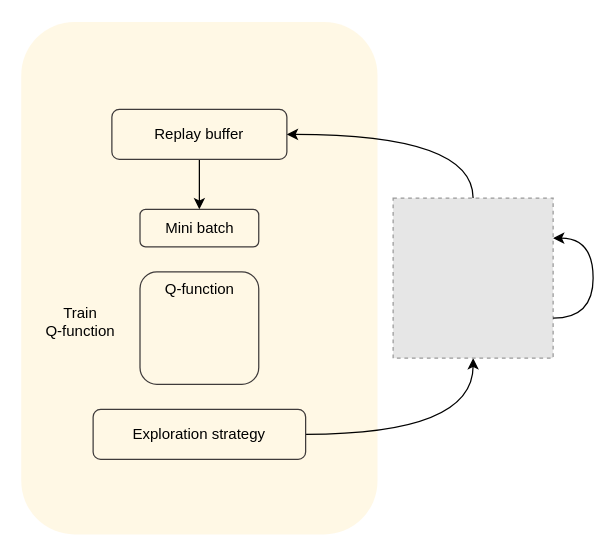
This is DQN.drawio from ariesharry/SLR-Production-Scheduling, a draw.io file, before an edit. Source tidied: cells renumbered, new cells numbered last; positions are measured from the earlier drawing's top-left corner, leaving out a move shared by most shapes. Both pictures are drawn from the tidied source at 125%, with x=0, y=0 at pixel (20, 21). Pictures stored in the file or linked from it are replaced by grey dashed boxes.
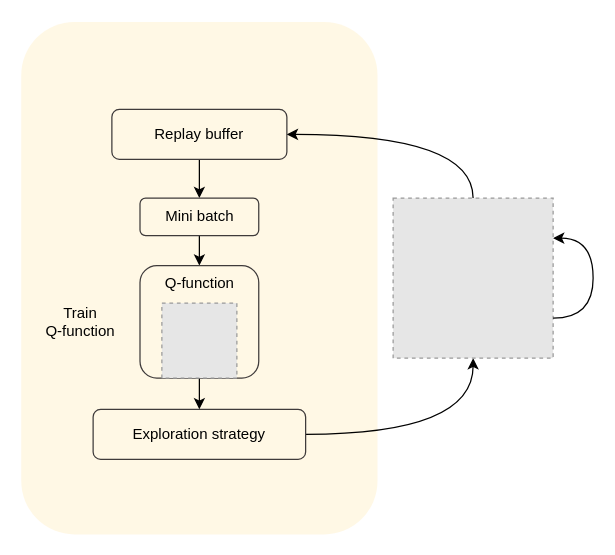
After the change.

The edit, as a diff of the source:
```diff
@@
 <mxGraphModel>
   <root>
     <mxCell id="0" />
     <mxCell id="1" parent="0" />
     <mxCell id="2" style="rounded=1;whiteSpace=wrap;html=1;fillColor=#fff2cc;strokeColor=none;opacity=50;" parent="1" vertex="1">
       <mxGeometry x="0.5" width="285" height="410" as="geometry" />
     </mxCell>
     <mxCell id="3" style="edgeStyle=orthogonalEdgeStyle;rounded=0;jettySize=auto;html=1;exitX=0.5;exitY=1;exitDx=0;exitDy=0;entryX=0.5;entryY=0;entryDx=0;entryDy=0;" parent="1" edge="1" source="4" target="5">
       <mxGeometry relative="1" as="geometry" />
     </mxCell>
     <mxCell id="4" value="Replay buffer" style="rounded=1;whiteSpace=wrap;html=1;fillColor=none;strokeColor=#3f3b3b;" parent="1" vertex="1">
       <mxGeometry x="73" y="70" width="140" height="40" as="geometry" />
     </mxCell>
+    <mxCell id="13" style="edgeStyle=orthogonalEdgeStyle;rounded=0;jettySize=auto;html=1;exitX=0.5;exitY=1;exitDx=0;exitDy=0;entryX=0.5;entryY=0;entryDx=0;entryDy=0;" parent="1" edge="1" source="5" target="12">
+      <mxGeometry relative="1" as="geometry" />
+    </mxCell>
     <mxCell id="5" value="Mini batch" style="rounded=1;whiteSpace=wrap;html=1;fillColor=none;strokeColor=#3f3b3b;" parent="1" vertex="1">
-      <mxGeometry x="95.5" y="150" width="95" height="30" as="geometry" />
+      <mxGeometry x="95.5" y="141" width="95" height="30" as="geometry" />
     </mxCell>
     <mxCell id="6" style="edgeStyle=orthogonalEdgeStyle;rounded=0;jettySize=auto;html=1;exitX=1;exitY=0.5;exitDx=0;exitDy=0;curved=1;" parent="1" edge="1" source="7" target="9">
       <mxGeometry relative="1" as="geometry" />
     </mxCell>
     <mxCell id="7" value="Exploration strategy" style="rounded=1;whiteSpace=wrap;html=1;fillColor=none;strokeColor=#3f3b3b;" parent="1" vertex="1">
       <mxGeometry x="58" y="310" width="170" height="40" as="geometry" />
     </mxCell>
     <mxCell id="8" style="edgeStyle=orthogonalEdgeStyle;rounded=0;jettySize=auto;html=1;exitX=0.5;exitY=0;exitDx=0;exitDy=0;entryX=1;entryY=0.5;entryDx=0;entryDy=0;curved=1;" parent="1" edge="1" source="9" target="4">
       <mxGeometry relative="1" as="geometry" />
     </mxCell>
     <mxCell id="9" style="fillColor=#E6E6E6;strokeColor=#999999;dashed=1;html=1;verticalAlign=top;verticalLabelPosition=bottom;labelBackgroundColor=#ffffff;" parent="1" vertex="1">
       <mxGeometry x="298" y="141" width="128" height="128" as="geometry" />
     </mxCell>
     <mxCell id="10" style="edgeStyle=orthogonalEdgeStyle;rounded=0;orthogonalLoop=1;jettySize=auto;html=1;exitX=1;exitY=0.75;exitDx=0;exitDy=0;entryX=1;entryY=0.25;entryDx=0;entryDy=0;curved=1;" parent="1" edge="1" source="9" target="9">
       <mxGeometry relative="1" as="geometry">
         <Array as="points">
           <mxPoint x="458" y="237" />
           <mxPoint x="458" y="173" />
         </Array>
       </mxGeometry>
     </mxCell>
     <mxCell id="11" value="Train&lt;div&gt;Q-function&lt;/div&gt;" style="text;html=1;align=center;verticalAlign=middle;whiteSpace=wrap;rounded=0;" parent="1" vertex="1">
       <mxGeometry x="18" y="225" width="60" height="30" as="geometry" />
     </mxCell>
+    <mxCell id="14" style="edgeStyle=orthogonalEdgeStyle;rounded=0;jettySize=auto;html=1;exitX=0.5;exitY=1;exitDx=0;exitDy=0;entryX=0.5;entryY=0;entryDx=0;entryDy=0;" parent="1" edge="1" source="12" target="7">
+      <mxGeometry relative="1" as="geometry" />
+    </mxCell>
     <mxCell id="12" value="Q-function" style="rounded=1;whiteSpace=wrap;html=1;fillColor=none;strokeColor=#3f3b3b;verticalAlign=top;" parent="1" vertex="1">
-      <mxGeometry x="95.5" y="200" width="95" height="90" as="geometry" />
+      <mxGeometry x="95.5" y="195" width="95" height="90" as="geometry" />
     </mxCell>
+    <mxCell id="15" style="fillColor=#E6E6E6;strokeColor=#999999;dashed=1;verticalLabelPosition=bottom;labelBackgroundColor=default;verticalAlign=top;" parent="1" vertex="1">
+      <mxGeometry x="113" y="225" width="60" height="60" as="geometry" />
+    </mxCell>
   </root>
 </mxGraphModel>
```
